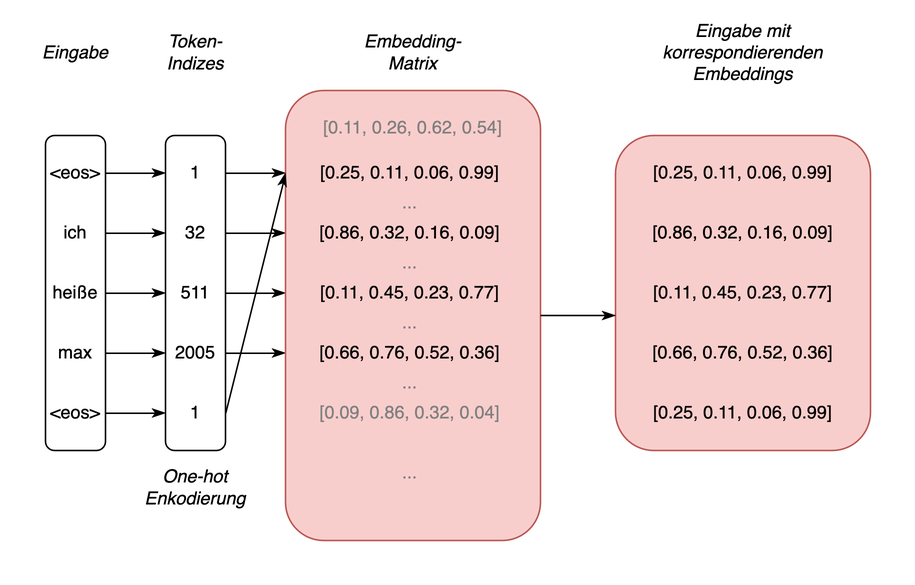
omseeth/omseeth.github.io keeps this draw.io diagram as assets/img/embeddings_ger.png. Above is the earlier version. Source tidied: cells renumbered, new cells last; positions are measured from the earlier drawing's top-left corner, leaving out a move shared by most shapes. Its diagram source:
```xml
<mxGraphModel>
  <root>
    <mxCell id="0" />
    <mxCell id="1" parent="0" />
    <mxCell id="2" style="rounded=0;whiteSpace=wrap;html=1;strokeColor=none;" parent="1" vertex="1">
      <mxGeometry width="610" height="390" as="geometry" />
    </mxCell>
    <mxCell id="3" style="rounded=1;whiteSpace=wrap;html=1;strokeColor=default;" parent="1" vertex="1">
      <mxGeometry x="30" y="90" width="40" height="210" as="geometry" />
    </mxCell>
    <mxCell id="4" style="edgeStyle=orthogonalEdgeStyle;rounded=0;jettySize=auto;html=1;entryX=0;entryY=0.5;entryDx=0;entryDy=0;endArrow=classicThin;endFill=1;" parent="1" edge="1" source="5" target="16">
      <mxGeometry relative="1" as="geometry" />
    </mxCell>
    <mxCell id="5" value="ich" style="text;html=1;align=center;verticalAlign=middle;whiteSpace=wrap;rounded=0;" parent="1" vertex="1">
      <mxGeometry x="30" y="140" width="40" height="30" as="geometry" />
    </mxCell>
    <mxCell id="6" style="edgeStyle=orthogonalEdgeStyle;rounded=0;jettySize=auto;html=1;entryX=0;entryY=0.5;entryDx=0;entryDy=0;endArrow=classicThin;endFill=1;" parent="1" edge="1" source="7" target="18">
      <mxGeometry relative="1" as="geometry" />
    </mxCell>
    <mxCell id="7" value="heiße" style="text;html=1;align=center;verticalAlign=middle;whiteSpace=wrap;rounded=0;" parent="1" vertex="1">
      <mxGeometry x="30" y="180" width="40" height="30" as="geometry" />
    </mxCell>
    <mxCell id="8" style="edgeStyle=orthogonalEdgeStyle;rounded=0;jettySize=auto;html=1;entryX=0;entryY=0.5;entryDx=0;entryDy=0;endArrow=classicThin;endFill=1;" parent="1" edge="1" source="9" target="20">
      <mxGeometry relative="1" as="geometry" />
    </mxCell>
    <mxCell id="9" value="max" style="text;html=1;align=center;verticalAlign=middle;whiteSpace=wrap;rounded=0;" parent="1" vertex="1">
      <mxGeometry x="30" y="220" width="40" height="30" as="geometry" />
    </mxCell>
    <mxCell id="10" style="edgeStyle=orthogonalEdgeStyle;rounded=0;jettySize=auto;html=1;entryX=0;entryY=0.5;entryDx=0;entryDy=0;endArrow=classicThin;endFill=1;" parent="1" edge="1" source="11" target="22">
      <mxGeometry relative="1" as="geometry" />
    </mxCell>
    <mxCell id="11" value="&amp;lt;eos&amp;gt;" style="text;html=1;align=center;verticalAlign=middle;whiteSpace=wrap;rounded=0;" parent="1" vertex="1">
      <mxGeometry x="30" y="100" width="40" height="30" as="geometry" />
    </mxCell>
    <mxCell id="12" style="edgeStyle=orthogonalEdgeStyle;rounded=0;jettySize=auto;html=1;entryX=0;entryY=0.5;entryDx=0;entryDy=0;endArrow=classicThin;endFill=1;" parent="1" edge="1" source="13" target="23">
      <mxGeometry relative="1" as="geometry" />
    </mxCell>
    <mxCell id="13" value="&amp;lt;eos&amp;gt;" style="text;html=1;align=center;verticalAlign=middle;whiteSpace=wrap;rounded=0;" parent="1" vertex="1">
      <mxGeometry x="30" y="260" width="40" height="30" as="geometry" />
    </mxCell>
    <mxCell id="14" style="rounded=1;whiteSpace=wrap;html=1;strokeColor=default;" parent="1" vertex="1">
      <mxGeometry x="110" y="90" width="40" height="210" as="geometry" />
    </mxCell>
    <mxCell id="15" style="edgeStyle=orthogonalEdgeStyle;rounded=0;jettySize=auto;html=1;entryX=0;entryY=0.5;entryDx=0;entryDy=0;endArrow=classicThin;endFill=1;" parent="1" edge="1" source="16" target="26">
      <mxGeometry relative="1" as="geometry" />
    </mxCell>
    <mxCell id="16" value="32" style="text;html=1;align=center;verticalAlign=middle;whiteSpace=wrap;rounded=0;" parent="1" vertex="1">
      <mxGeometry x="110" y="140" width="40" height="30" as="geometry" />
    </mxCell>
    <mxCell id="17" style="edgeStyle=orthogonalEdgeStyle;rounded=0;jettySize=auto;html=1;exitX=1;exitY=0.5;exitDx=0;exitDy=0;entryX=0;entryY=0.5;entryDx=0;entryDy=0;endArrow=classicThin;endFill=1;" parent="1" edge="1" source="18" target="27">
      <mxGeometry relative="1" as="geometry" />
    </mxCell>
    <mxCell id="18" value="511" style="text;html=1;align=center;verticalAlign=middle;whiteSpace=wrap;rounded=0;" parent="1" vertex="1">
      <mxGeometry x="110" y="180" width="40" height="30" as="geometry" />
    </mxCell>
    <mxCell id="19" style="edgeStyle=orthogonalEdgeStyle;rounded=0;jettySize=auto;html=1;entryX=0;entryY=0.5;entryDx=0;entryDy=0;endArrow=classicThin;endFill=1;" parent="1" edge="1" source="20" target="28">
      <mxGeometry relative="1" as="geometry" />
    </mxCell>
    <mxCell id="20" value="2005" style="text;html=1;align=center;verticalAlign=middle;whiteSpace=wrap;rounded=0;" parent="1" vertex="1">
      <mxGeometry x="110" y="220" width="40" height="30" as="geometry" />
    </mxCell>
    <mxCell id="21" style="rounded=0;jettySize=auto;html=1;entryX=0;entryY=0.5;entryDx=0;entryDy=0;endArrow=classicThin;endFill=1;" parent="1" edge="1" source="22" target="25">
      <mxGeometry relative="1" as="geometry" />
    </mxCell>
    <mxCell id="22" value="1" style="text;html=1;align=center;verticalAlign=middle;whiteSpace=wrap;rounded=0;" parent="1" vertex="1">
      <mxGeometry x="110" y="100" width="40" height="30" as="geometry" />
    </mxCell>
    <mxCell id="23" value="1" style="text;html=1;align=center;verticalAlign=middle;whiteSpace=wrap;rounded=0;" parent="1" vertex="1">
      <mxGeometry x="110" y="260" width="40" height="30" as="geometry" />
    </mxCell>
    <mxCell id="24" style="rounded=1;whiteSpace=wrap;html=1;strokeColor=#b85450;fillColor=#f8cecc;" parent="1" vertex="1">
      <mxGeometry x="190" y="60" width="170" height="300" as="geometry" />
    </mxCell>
    <mxCell id="25" value="[0.25, 0.11, 0.06, 0.99]" style="text;html=1;align=center;verticalAlign=middle;whiteSpace=wrap;rounded=0;" parent="1" vertex="1">
      <mxGeometry x="190" y="110" width="166" height="10" as="geometry" />
    </mxCell>
    <mxCell id="26" value="[0.86, 0.32, 0.16, 0.09]" style="text;html=1;align=center;verticalAlign=middle;whiteSpace=wrap;rounded=0;" parent="1" vertex="1">
      <mxGeometry x="190" y="150" width="166" height="10" as="geometry" />
    </mxCell>
    <mxCell id="27" value="[0.11, 0.45, 0.23, 0.77]" style="text;html=1;align=center;verticalAlign=middle;whiteSpace=wrap;rounded=0;" parent="1" vertex="1">
      <mxGeometry x="190" y="190" width="166" height="10" as="geometry" />
    </mxCell>
    <mxCell id="28" value="[0.66, 0.76, 0.52, 0.36]" style="text;html=1;align=center;verticalAlign=middle;whiteSpace=wrap;rounded=0;" parent="1" vertex="1">
      <mxGeometry x="190" y="230" width="166" height="10" as="geometry" />
    </mxCell>
    <mxCell id="29" style="rounded=0;jettySize=auto;html=1;entryX=0;entryY=0.5;entryDx=0;entryDy=0;exitX=1;exitY=0.5;exitDx=0;exitDy=0;endArrow=classicThin;endFill=1;" parent="1" edge="1" source="23" target="25">
      <mxGeometry relative="1" as="geometry" />
    </mxCell>
    <mxCell id="30" value="&lt;font color=&quot;#808080&quot;&gt;...&lt;/font&gt;" style="text;html=1;align=center;verticalAlign=middle;whiteSpace=wrap;rounded=0;" parent="1" vertex="1">
      <mxGeometry x="190" y="170" width="166" height="10" as="geometry" />
    </mxCell>
    <mxCell id="31" value="&lt;font color=&quot;#808080&quot;&gt;...&lt;/font&gt;" style="text;html=1;align=center;verticalAlign=middle;whiteSpace=wrap;rounded=0;" parent="1" vertex="1">
      <mxGeometry x="190" y="130" width="166" height="10" as="geometry" />
    </mxCell>
    <mxCell id="32" value="&lt;font color=&quot;#808080&quot;&gt;...&lt;/font&gt;" style="text;html=1;align=center;verticalAlign=middle;whiteSpace=wrap;rounded=0;" parent="1" vertex="1">
      <mxGeometry x="190" y="210" width="166" height="10" as="geometry" />
    </mxCell>
    <mxCell id="33" value="&lt;font color=&quot;#808080&quot;&gt;[0.09, 0.86, 0.32, 0.04]&lt;/font&gt;" style="text;html=1;align=center;verticalAlign=middle;whiteSpace=wrap;rounded=0;" parent="1" vertex="1">
      <mxGeometry x="190" y="270" width="166" height="10" as="geometry" />
    </mxCell>
    <mxCell id="34" value="&lt;font color=&quot;#808080&quot;&gt;...&lt;/font&gt;" style="text;html=1;align=center;verticalAlign=middle;whiteSpace=wrap;rounded=0;" parent="1" vertex="1">
      <mxGeometry x="190" y="250" width="166" height="10" as="geometry" />
    </mxCell>
    <mxCell id="35" value="&lt;font color=&quot;#808080&quot;&gt;...&lt;/font&gt;" style="text;html=1;align=center;verticalAlign=middle;whiteSpace=wrap;rounded=0;" parent="1" vertex="1">
      <mxGeometry x="190" y="310" width="166" height="10" as="geometry" />
    </mxCell>
    <mxCell id="36" style="rounded=1;whiteSpace=wrap;html=1;strokeColor=#b85450;fillColor=#f8cecc;" parent="1" vertex="1">
      <mxGeometry x="410" y="90" width="170" height="210" as="geometry" />
    </mxCell>
    <mxCell id="37" value="[0.25, 0.11, 0.06, 0.99]" style="text;html=1;align=center;verticalAlign=middle;whiteSpace=wrap;rounded=0;" parent="1" vertex="1">
      <mxGeometry x="412" y="110" width="166" height="10" as="geometry" />
    </mxCell>
    <mxCell id="38" value="[0.25, 0.11, 0.06, 0.99]" style="text;html=1;align=center;verticalAlign=middle;whiteSpace=wrap;rounded=0;" parent="1" vertex="1">
      <mxGeometry x="412" y="270" width="166" height="10" as="geometry" />
    </mxCell>
    <mxCell id="39" value="[0.86, 0.32, 0.16, 0.09]" style="text;html=1;align=center;verticalAlign=middle;whiteSpace=wrap;rounded=0;" parent="1" vertex="1">
      <mxGeometry x="412" y="150" width="166" height="10" as="geometry" />
    </mxCell>
    <mxCell id="40" value="[0.11, 0.45, 0.23, 0.77]" style="text;html=1;align=center;verticalAlign=middle;whiteSpace=wrap;rounded=0;" parent="1" vertex="1">
      <mxGeometry x="412" y="190" width="166" height="10" as="geometry" />
    </mxCell>
    <mxCell id="41" value="[0.66, 0.76, 0.52, 0.36]" style="text;html=1;align=center;verticalAlign=middle;whiteSpace=wrap;rounded=0;" parent="1" vertex="1">
      <mxGeometry x="412" y="230" width="166" height="10" as="geometry" />
    </mxCell>
    <mxCell id="42" value="&lt;font color=&quot;#808080&quot;&gt;[0.11, 0.26, 0.62, 0.54]&lt;/font&gt;" style="text;html=1;align=center;verticalAlign=middle;whiteSpace=wrap;rounded=0;" parent="1" vertex="1">
      <mxGeometry x="192" y="80" width="166" height="10" as="geometry" />
    </mxCell>
    <mxCell id="43" style="edgeStyle=orthogonalEdgeStyle;rounded=0;jettySize=auto;html=1;endArrow=classicThin;endFill=1;" parent="1" edge="1" source="24">
      <mxGeometry relative="1" as="geometry">
        <mxPoint x="410" y="210" as="targetPoint" />
      </mxGeometry>
    </mxCell>
    <mxCell id="44" value="&lt;i&gt;Eingabe&lt;/i&gt;" style="text;html=1;align=center;verticalAlign=middle;whiteSpace=wrap;rounded=0;" parent="1" vertex="1">
      <mxGeometry x="20" y="20" width="60" height="30" as="geometry" />
    </mxCell>
    <mxCell id="45" value="&lt;i&gt;Token-Indizes&lt;/i&gt;" style="text;html=1;align=center;verticalAlign=middle;whiteSpace=wrap;rounded=0;" parent="1" vertex="1">
      <mxGeometry x="100" y="20" width="60" height="30" as="geometry" />
    </mxCell>
    <mxCell id="46" value="&lt;i&gt;Embedding-Matrix&lt;/i&gt;" style="text;html=1;align=center;verticalAlign=middle;whiteSpace=wrap;rounded=0;" parent="1" vertex="1">
      <mxGeometry x="245" y="20" width="60" height="30" as="geometry" />
    </mxCell>
    <mxCell id="47" value="&lt;i&gt;Eingabe mit korrespondierenden Embeddings&lt;br&gt;&lt;/i&gt;" style="text;html=1;align=center;verticalAlign=middle;whiteSpace=wrap;rounded=0;" parent="1" vertex="1">
      <mxGeometry x="420" y="20" width="150" height="30" as="geometry" />
    </mxCell>
    <mxCell id="48" value="&lt;div&gt;&lt;i&gt;One-hot&lt;/i&gt;&lt;/div&gt;&lt;div&gt;&lt;i&gt;Enkodierung&lt;br&gt;&lt;/i&gt;&lt;/div&gt;" style="text;html=1;align=center;verticalAlign=middle;whiteSpace=wrap;rounded=0;" parent="1" vertex="1">
      <mxGeometry x="100" y="310" width="60" height="30" as="geometry" />
    </mxCell>
  </root>
</mxGraphModel>
```
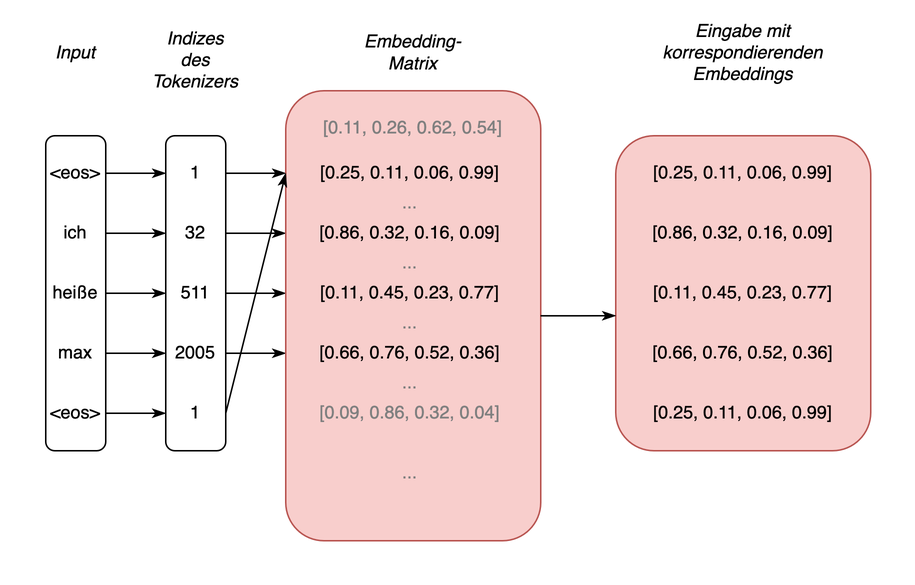
The same file after the commit.

What changed in the source:
```diff
@@ -2,7 +2,7 @@
   <root>
     <mxCell id="0" />
     <mxCell id="1" parent="0" />
-    <mxCell id="2" style="rounded=0;whiteSpace=wrap;html=1;strokeColor=none;" parent="1" vertex="1">
+    <mxCell id="2" value="s" style="rounded=0;whiteSpace=wrap;html=1;strokeColor=none;" parent="1" vertex="1">
       <mxGeometry width="610" height="390" as="geometry" />
     </mxCell>
     <mxCell id="3" style="rounded=1;whiteSpace=wrap;html=1;strokeColor=default;" parent="1" vertex="1">
@@ -130,20 +130,17 @@
         <mxPoint x="410" y="210" as="targetPoint" />
       </mxGeometry>
     </mxCell>
-    <mxCell id="44" value="&lt;i&gt;Eingabe&lt;/i&gt;" style="text;html=1;align=center;verticalAlign=middle;whiteSpace=wrap;rounded=0;" parent="1" vertex="1">
+    <mxCell id="44" value="&lt;i&gt;Input&lt;/i&gt;" style="text;html=1;align=center;verticalAlign=middle;whiteSpace=wrap;rounded=0;" parent="1" vertex="1">
       <mxGeometry x="20" y="20" width="60" height="30" as="geometry" />
     </mxCell>
-    <mxCell id="45" value="&lt;i&gt;Token-Indizes&lt;/i&gt;" style="text;html=1;align=center;verticalAlign=middle;whiteSpace=wrap;rounded=0;" parent="1" vertex="1">
-      <mxGeometry x="100" y="20" width="60" height="30" as="geometry" />
+    <mxCell id="45" value="&lt;i&gt;Indizes des Tokenizers&lt;br&gt;&lt;/i&gt;" style="text;html=1;align=center;verticalAlign=middle;whiteSpace=wrap;rounded=0;" parent="1" vertex="1">
+      <mxGeometry x="100" y="20" width="60" height="40" as="geometry" />
     </mxCell>
-    <mxCell id="46" value="&lt;i&gt;Embedding-Matrix&lt;/i&gt;" style="text;html=1;align=center;verticalAlign=middle;whiteSpace=wrap;rounded=0;" parent="1" vertex="1">
+    <mxCell id="46" value="&lt;div&gt;&lt;i&gt;Embedding-&lt;/i&gt;&lt;/div&gt;&lt;div&gt;&lt;i&gt;Matrix&lt;/i&gt;&lt;/div&gt;" style="text;html=1;align=center;verticalAlign=middle;whiteSpace=wrap;rounded=0;" parent="1" vertex="1">
       <mxGeometry x="245" y="20" width="60" height="30" as="geometry" />
     </mxCell>
     <mxCell id="47" value="&lt;i&gt;Eingabe mit korrespondierenden Embeddings&lt;br&gt;&lt;/i&gt;" style="text;html=1;align=center;verticalAlign=middle;whiteSpace=wrap;rounded=0;" parent="1" vertex="1">
       <mxGeometry x="420" y="20" width="150" height="30" as="geometry" />
     </mxCell>
-    <mxCell id="48" value="&lt;div&gt;&lt;i&gt;One-hot&lt;/i&gt;&lt;/div&gt;&lt;div&gt;&lt;i&gt;Enkodierung&lt;br&gt;&lt;/i&gt;&lt;/div&gt;" style="text;html=1;align=center;verticalAlign=middle;whiteSpace=wrap;rounded=0;" parent="1" vertex="1">
-      <mxGeometry x="100" y="310" width="60" height="30" as="geometry" />
-    </mxCell>
   </root>
 </mxGraphModel>
```
